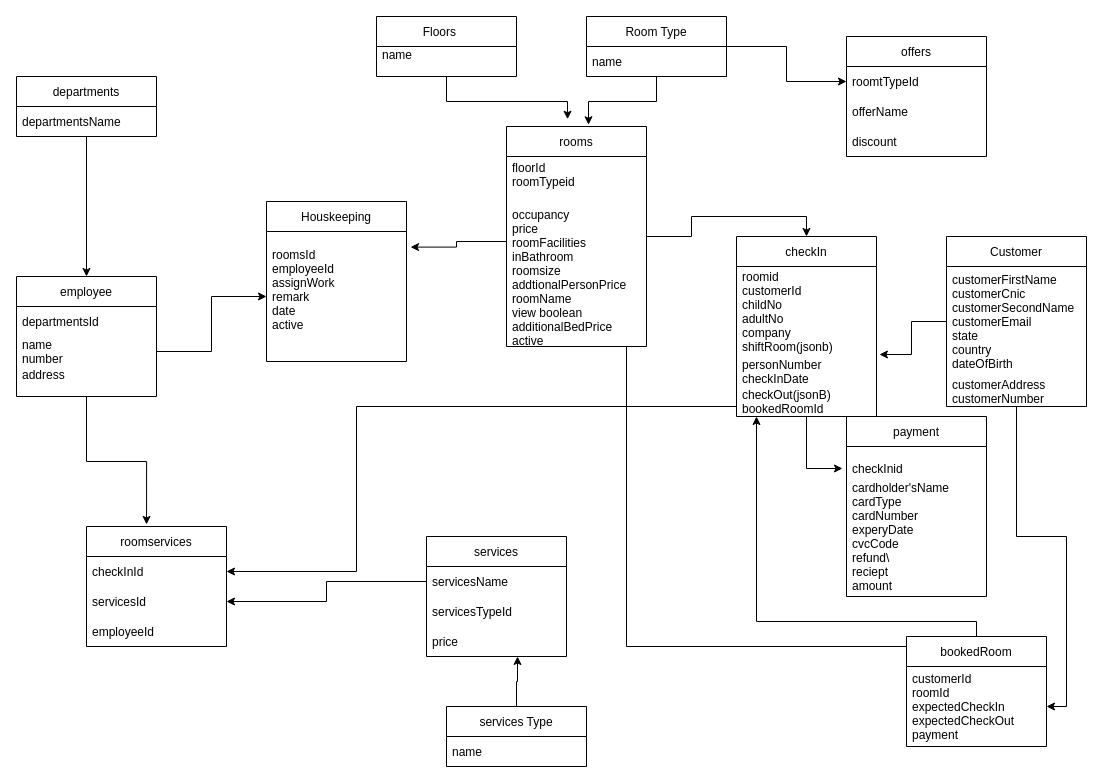
The draw.io diagram new10.drawio in zaryabali786/erdDiagram, before the edit. Source tidied: cells renumbered, new cells numbered last; positions are measured from the earlier drawing's top-left corner, leaving out a move shared by most shapes. Both pictures are drawn from the tidied source at 100%, with x=0, y=0 at pixel (16, 16).
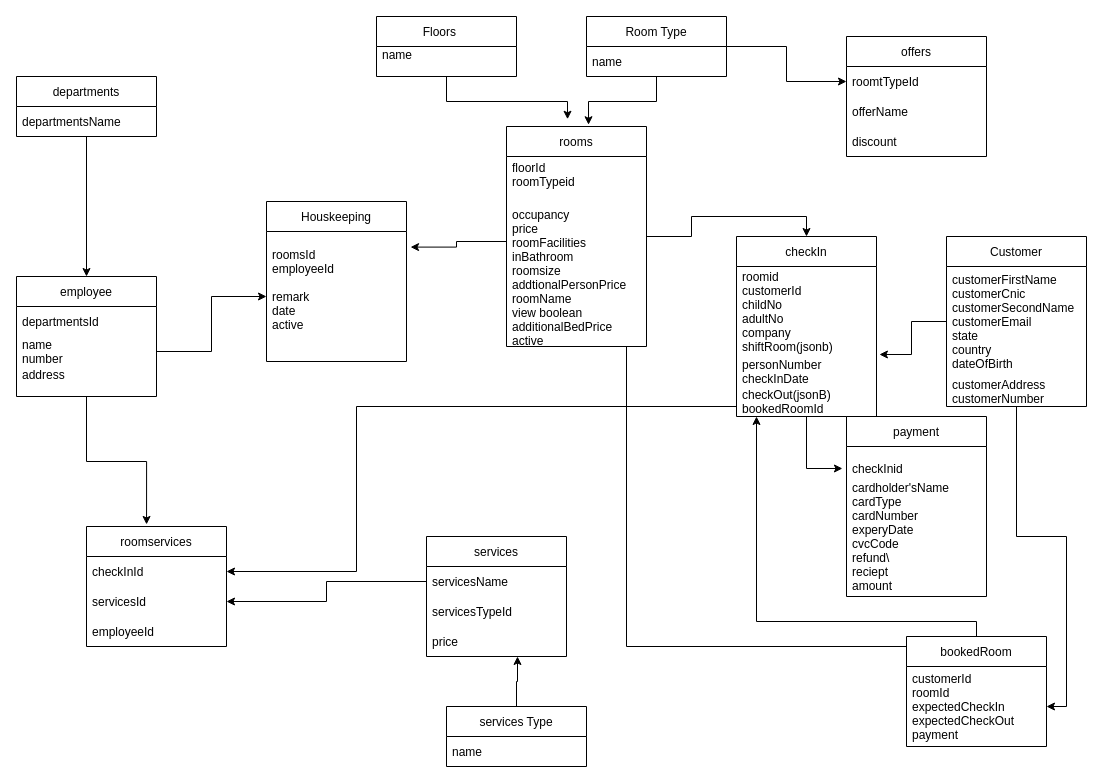
The same page after the edit.

Unchanged cells that the change refers to:
```xml
<mxCell id="26" value="Houskeeping" style="swimlane;fontStyle=0;horizontal=1;startSize=30;" parent="1" vertex="1">
  <mxGeometry x="250" y="185" width="140" height="160" as="geometry" />
</mxCell>
```

What changed in the source:
```diff
@@
-    <mxCell id="27" value="&#10;roomsId&#10;employeeId&#10;assignWork&#10;remark&#10;date&#10;active&#10;&#10;" style="text;strokeColor=none;fillColor=none;align=left;verticalAlign=middle;spacingLeft=4;spacingRight=4;overflow=hidden;points=[[0,0.5],[1,0.5]];portConstraint=eastwest;" parent="26" vertex="1">
+    <mxCell id="27" value="&#10;roomsId&#10;employeeId&#10;&#10;remark&#10;date&#10;active&#10;&#10;" style="text;strokeColor=none;fillColor=none;align=left;verticalAlign=middle;spacingLeft=4;spacingRight=4;overflow=hidden;points=[[0,0.5],[1,0.5]];portConstraint=eastwest;" parent="26" vertex="1">
       <mxGeometry y="30" width="140" height="130" as="geometry" />
     </mxCell>
```
